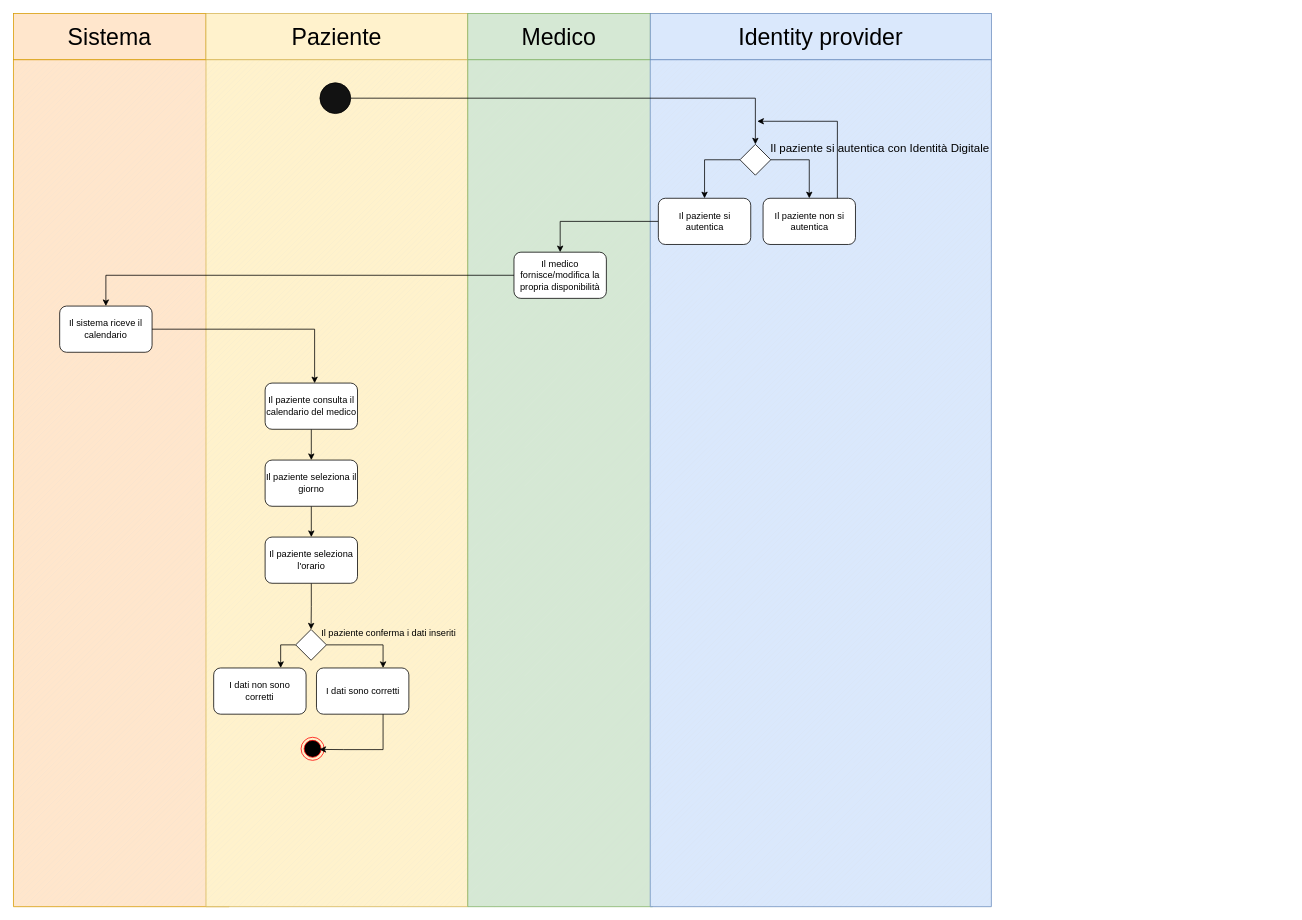
The draw.io diagram page "swimLane" (3 of 5) of DiagrammiMedSync.drawio in frncscrlnd/MedSync-Sistema-di-Gestione-Appuntamenti-e-Documentazione-Medica, before the edit. Source tidied: cells renumbered, new cells numbered last; positions are measured from the earlier drawing's top-left corner, leaving out a move shared by most shapes. Both pictures are drawn from the tidied source at 77%, with x=0, y=0 at pixel (13, 13).
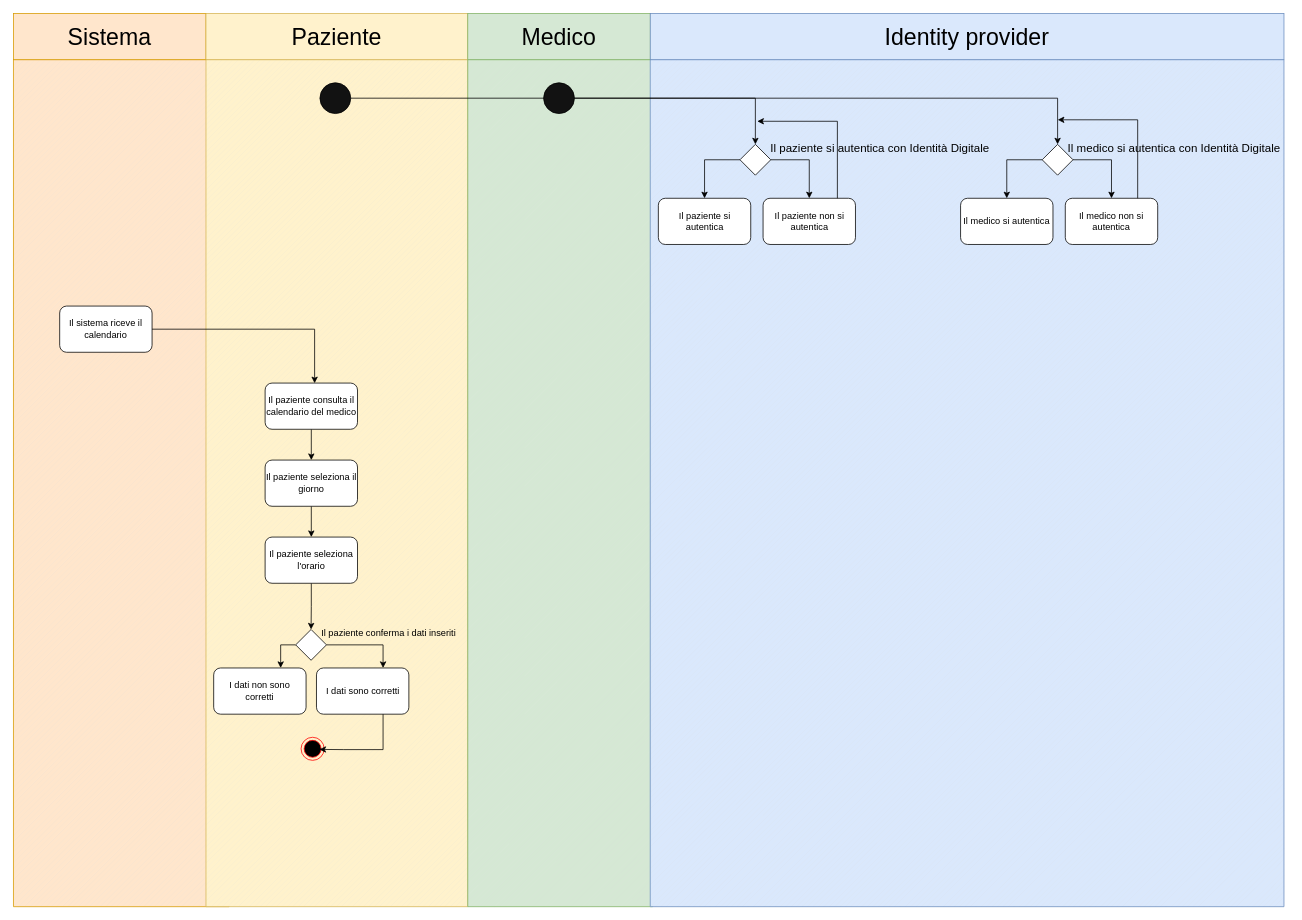
The same diagram, later.

The change refers to these unchanged cells:
```xml
<mxCell id="22" value="Il paziente si autentica" style="rounded=1;whiteSpace=wrap;html=1;" parent="1" vertex="1">
  <mxGeometry x="837.5" y="240" width="120" height="60" as="geometry" />
</mxCell>
<mxCell id="34" value="Il sistema riceve il calendario" style="rounded=1;whiteSpace=wrap;html=1;" parent="1" vertex="1">
  <mxGeometry x="60" y="380" width="120" height="60" as="geometry" />
</mxCell>
```

The edit, as a diff of the source:
```diff
@@
     <mxCell id="5" style="verticalLabelPosition=bottom;verticalAlign=top;html=1;shape=mxgraph.basic.patternFillRect;fillStyle=diag;step=5;fillStrokeWidth=0.2;fillStrokeColor=#dddddd;fillColor=#dae8fc;strokeColor=#6c8ebf;" parent="1" vertex="1">
-      <mxGeometry x="827" y="60" width="443" height="1100" as="geometry" />
+      <mxGeometry x="827" y="60" width="823" height="1100" as="geometry" />
     </mxCell>
@@
     <mxCell id="9" value="&lt;font style=&quot;font-size: 30px;&quot;&gt;Identity provider&lt;/font&gt;" style="rounded=0;whiteSpace=wrap;html=1;fillColor=#dae8fc;strokeColor=#6c8ebf;" parent="1" vertex="1">
-      <mxGeometry x="827" width="443" height="60" as="geometry" />
+      <mxGeometry x="827" width="823" height="60" as="geometry" />
     </mxCell>
@@
-    <mxCell id="21" style="edgeStyle=orthogonalEdgeStyle;rounded=0;jettySize=auto;html=1;" parent="1" edge="1" source="22" target="26">
-      <mxGeometry relative="1" as="geometry" />
-    </mxCell>
@@
-    <mxCell id="26" value="Il medico fornisce/modifica la propria disponibilità" style="rounded=1;whiteSpace=wrap;html=1;" parent="1" vertex="1">
-      <mxGeometry x="650" y="310" width="120" height="60" as="geometry" />
-    </mxCell>
@@
-    <mxCell id="35" style="edgeStyle=orthogonalEdgeStyle;rounded=0;jettySize=auto;html=1;" parent="1" edge="1" source="26" target="34">
-      <mxGeometry relative="1" as="geometry" />
-    </mxCell>
@@
+    <mxCell id="38" style="ellipse;whiteSpace=wrap;html=1;fillColor=#121212;" parent="1" vertex="1">
+      <mxGeometry x="688.5" y="90" width="40" height="40" as="geometry" />
+    </mxCell>
+    <mxCell id="39" value="Il medico non si autentica" style="rounded=1;whiteSpace=wrap;html=1;" parent="1" vertex="1">
+      <mxGeometry x="1366" y="240" width="120" height="60" as="geometry" />
+    </mxCell>
+    <mxCell id="40" value="Il medico si autentica" style="rounded=1;whiteSpace=wrap;html=1;" parent="1" vertex="1">
+      <mxGeometry x="1230" y="240" width="120" height="60" as="geometry" />
+    </mxCell>
+    <mxCell id="41" style="edgeStyle=orthogonalEdgeStyle;rounded=0;jettySize=auto;html=1;" parent="1" edge="1" source="43" target="40">
+      <mxGeometry relative="1" as="geometry">
+        <Array as="points">
+          <mxPoint x="1290" y="190" />
+        </Array>
+      </mxGeometry>
+    </mxCell>
+    <mxCell id="42" value="&lt;font style=&quot;font-size: 15px;&quot;&gt;Il medico si autentica con Identità Digitale&lt;/font&gt;" style="text;html=1;align=center;verticalAlign=middle;strokeColor=none;fillColor=none;" parent="1" vertex="1">
+      <mxGeometry x="1356.5" y="160" width="300" height="30" as="geometry" />
+    </mxCell>
+    <mxCell id="43" style="rhombus;whiteSpace=wrap;html=1;" parent="1" vertex="1">
+      <mxGeometry x="1336" y="170" width="40" height="40" as="geometry" />
+    </mxCell>
+    <mxCell id="44" style="edgeStyle=orthogonalEdgeStyle;rounded=0;jettySize=auto;html=1;" parent="1" edge="1" source="43" target="39">
+      <mxGeometry relative="1" as="geometry">
+        <Array as="points">
+          <mxPoint x="1426" y="190" />
+        </Array>
+      </mxGeometry>
+    </mxCell>
+    <mxCell id="45" style="edgeStyle=orthogonalEdgeStyle;rounded=0;jettySize=auto;html=1;entryX=0.5;entryY=0;entryDx=0;entryDy=0;" parent="1" edge="1" source="38" target="43">
+      <mxGeometry relative="1" as="geometry">
+        <Array as="points">
+          <mxPoint x="1356" y="110" />
+        </Array>
+      </mxGeometry>
+    </mxCell>
+    <mxCell id="46" style="edgeStyle=orthogonalEdgeStyle;rounded=0;jettySize=auto;html=1;entryX=0.643;entryY=0.071;entryDx=0;entryDy=0;entryPerimeter=0;" parent="1" edge="1" source="39" target="5">
+      <mxGeometry relative="1" as="geometry">
+        <Array as="points">
+          <mxPoint x="1460" y="138" />
+        </Array>
+      </mxGeometry>
+    </mxCell>
```
